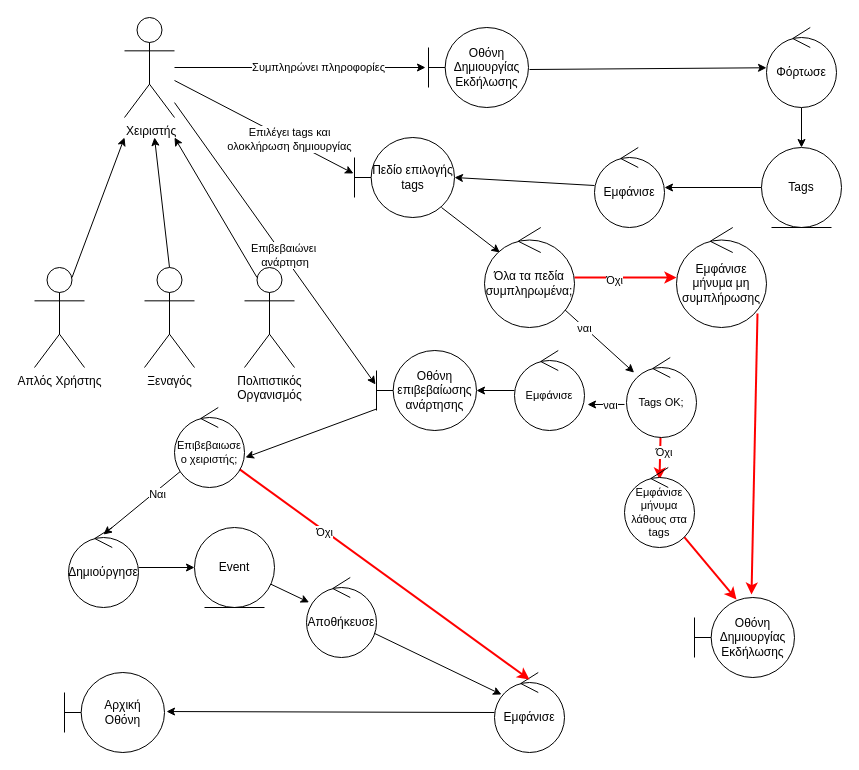
Earlier version of the draw.io diagram Phase-3/Temp files/Diagrams/Post_Event_Robustness.drawio (sfikastheo/CEID-SoftwareEngineering-2023). Source tidied: cells renumbered, new cells numbered last; positions are measured from the earlier drawing's top-left corner, leaving out a move shared by most shapes. Both pictures are drawn from the tidied source at 100%, with x=0, y=0 at pixel (34, 17).
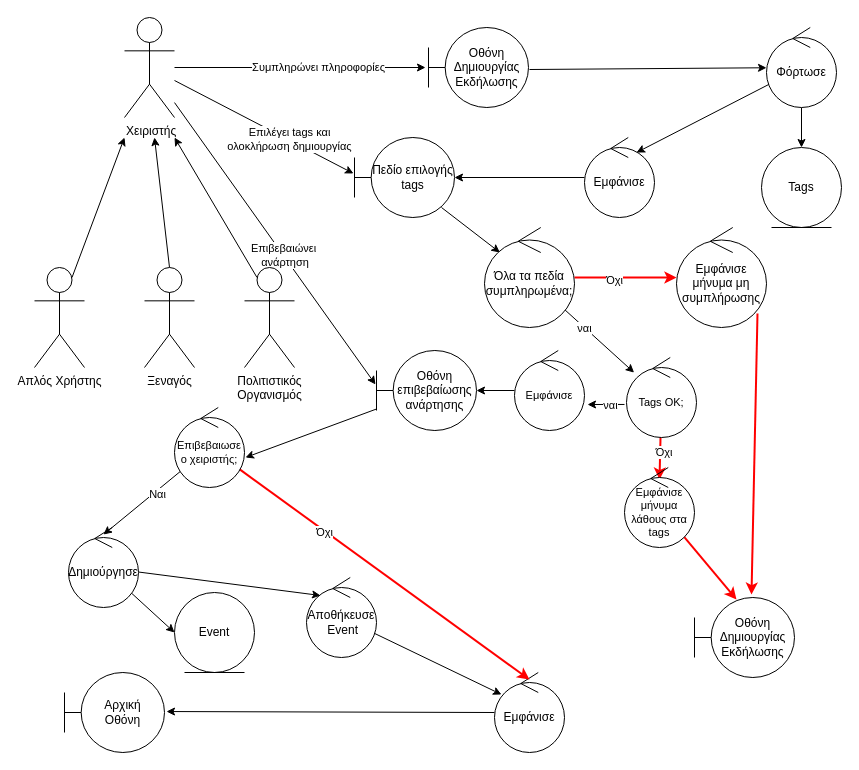
Above is the later version.

Commit message (it also covers changes not shown here):
Final Robustness Diagrams

Unchanged cells that the change refers to:
```xml
<mxCell id="18" value="Φόρτωσε" style="ellipse;shape=umlControl;whiteSpace=wrap;html=1;" parent="1" vertex="1">
  <mxGeometry x="732" y="10" width="70" height="80" as="geometry" />
</mxCell>
<mxCell id="20" value="Tags" style="ellipse;shape=umlEntity;whiteSpace=wrap;html=1;" parent="1" vertex="1">
  <mxGeometry x="727" y="130" width="80" height="80" as="geometry" />
</mxCell>
<mxCell id="40" value="Δημιούργησε" style="ellipse;shape=umlControl;whiteSpace=wrap;html=1;" parent="1" vertex="1">
  <mxGeometry x="34" y="510" width="70" height="80" as="geometry" />
</mxCell>
```

Change to the diagram source:
```diff
@@
-    <mxCell id="17" style="rounded=0;jettySize=auto;html=1;entryX=0.5;entryY=0;entryDx=0;entryDy=0;" parent="1" edge="1" source="18" target="20">
+    <mxCell id="17" style="rounded=0;jettySize=auto;html=1;entryX=0.743;entryY=0.188;entryDx=0;entryDy=0;entryPerimeter=0;" parent="1" edge="1" source="18" target="22">
       <mxGeometry relative="1" as="geometry" />
     </mxCell>
+    <mxCell id="58" style="edgeStyle=orthogonalEdgeStyle;rounded=0;jettySize=auto;html=1;entryX=0.5;entryY=0;entryDx=0;entryDy=0;" parent="1" edge="1" source="18" target="20">
+      <mxGeometry relative="1" as="geometry" />
+    </mxCell>
@@
-    <mxCell id="19" style="edgeStyle=none;shape=connector;rounded=0;jettySize=auto;html=1;entryX=1;entryY=0.5;entryDx=0;entryDy=0;entryPerimeter=0;labelBackgroundColor=default;strokeColor=default;fontFamily=Helvetica;fontSize=11;fontColor=default;endArrow=classic;" parent="1" edge="1" source="20" target="22">
-      <mxGeometry relative="1" as="geometry" />
-    </mxCell>
@@
     <mxCell id="22" value="Εμφάνισε" style="ellipse;shape=umlControl;whiteSpace=wrap;html=1;" parent="1" vertex="1">
-      <mxGeometry x="560" y="130" width="70" height="80" as="geometry" />
+      <mxGeometry x="550" y="120" width="70" height="80" as="geometry" />
     </mxCell>
@@
+    <mxCell id="59" style="rounded=0;jettySize=auto;html=1;entryX=0.2;entryY=0.225;entryDx=0;entryDy=0;entryPerimeter=0;" parent="1" edge="1" source="40" target="44">
+      <mxGeometry relative="1" as="geometry" />
+    </mxCell>
@@
-    <mxCell id="41" style="edgeStyle=none;shape=connector;rounded=0;jettySize=auto;html=1;labelBackgroundColor=default;strokeColor=default;fontFamily=Helvetica;fontSize=11;fontColor=default;endArrow=classic;" parent="1" edge="1" source="42" target="44">
-      <mxGeometry relative="1" as="geometry" />
-    </mxCell>
     <mxCell id="42" value="Event" style="ellipse;shape=umlEntity;whiteSpace=wrap;html=1;" parent="1" vertex="1">
-      <mxGeometry x="160" y="510" width="80" height="80" as="geometry" />
+      <mxGeometry x="140" y="575" width="80" height="80" as="geometry" />
     </mxCell>
@@
-    <mxCell id="44" value="Αποθήκευσε" style="ellipse;shape=umlControl;whiteSpace=wrap;html=1;" parent="1" vertex="1">
+    <mxCell id="44" value="&lt;div&gt;Αποθήκευσε&lt;/div&gt;&lt;div&gt;&amp;nbsp;Event&lt;/div&gt;" style="ellipse;shape=umlControl;whiteSpace=wrap;html=1;" parent="1" vertex="1">
       <mxGeometry x="272" y="560" width="70" height="80" as="geometry" />
     </mxCell>
```
